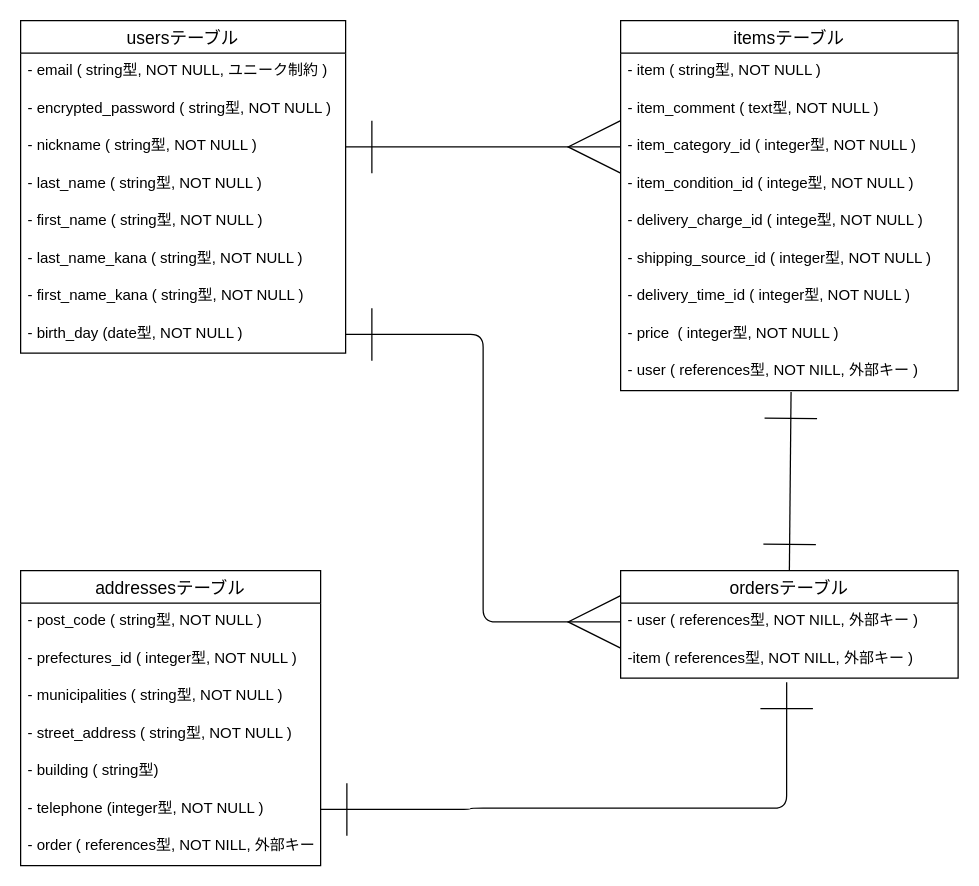
hayapi0208/furima-40607 keeps this draw.io diagram as furima.dio. Above is the earlier version. Source tidied: cells renumbered, new cells numbered last; positions are measured from the earlier drawing's top-left corner, leaving out a move shared by most shapes. Both pictures are drawn from the tidied source at 125%, with x=0, y=0 at pixel (20, 20).
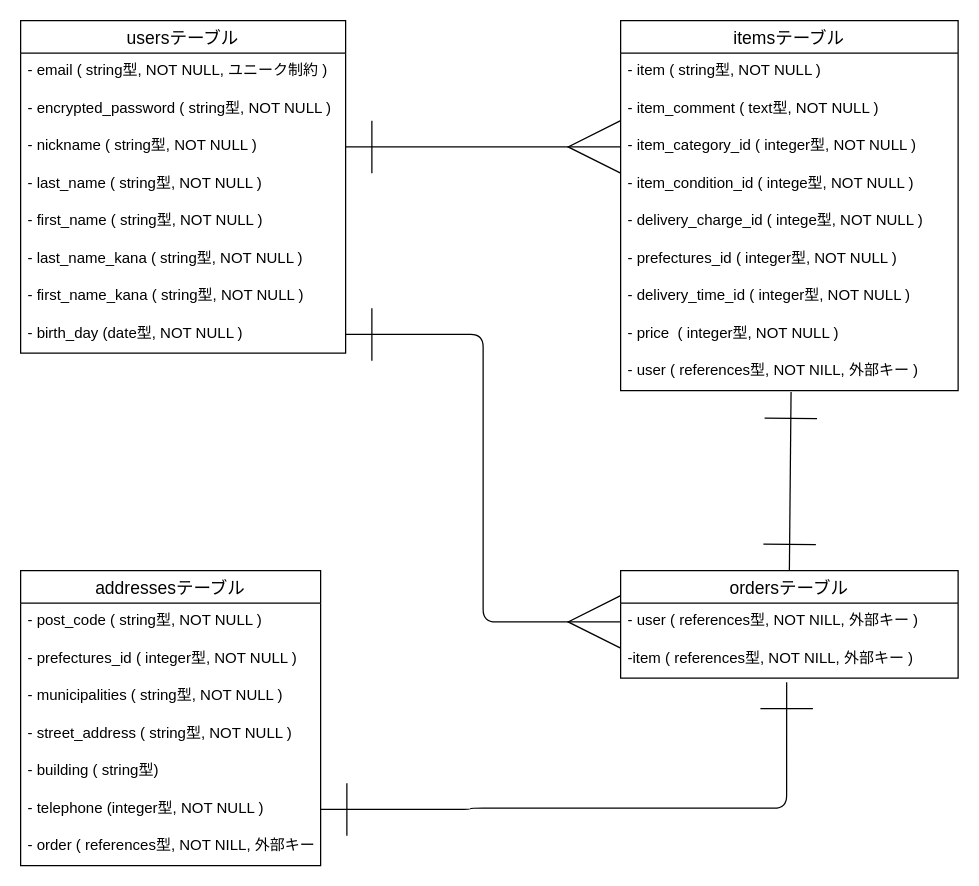
After the change.

Commit message (it also covers changes not shown here):
【修正③】都道府県のカラム名を統一

The change refers to these unchanged cells:
```xml
<mxCell id="11" value="itemsテーブル" style="swimlane;fontStyle=0;horizontal=1;startSize=26;align=center;fontSize=14;" parent="1" vertex="1">
  <mxGeometry x="480" width="270" height="296" as="geometry" />
</mxCell>
```

What changed in the source:
```diff
@@
-    <mxCell id="17" value="- shipping_source_id ( integer型, NOT NULL )" style="text;strokeColor=none;fillColor=none;spacingLeft=4;spacingRight=4;overflow=hidden;fontSize=12;" parent="11" vertex="1">
+    <mxCell id="17" value="- prefectures_id ( integer型, NOT NULL )" style="text;strokeColor=none;fillColor=none;spacingLeft=4;spacingRight=4;overflow=hidden;fontSize=12;" parent="11" vertex="1">
       <mxGeometry y="176" width="270" height="30" as="geometry" />
     </mxCell>
```
